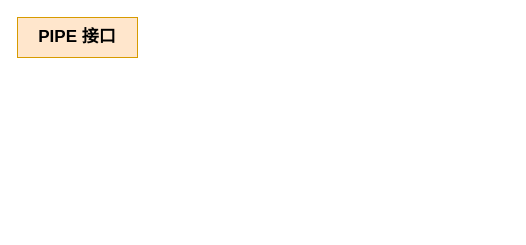
Earlier version of the draw.io diagram new_map/vnet_devices.drawio (jin13417/dpdk-vpp-learning). Source tidied: cells renumbered, new cells numbered last; positions are measured from the earlier drawing's top-left corner, leaving out a move shared by most shapes. Both pictures are drawn from the tidied source at 100%, with x=0, y=0 at pixel (17, 17).
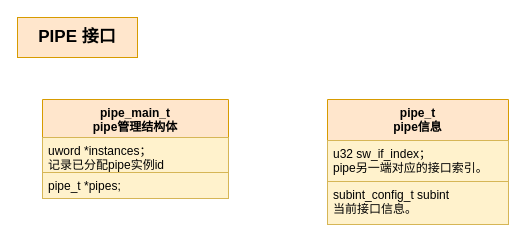
The same page after the edit.

Diff of the diagram source:
```diff
@@
 <mxGraphModel>
   <root>
     <mxCell id="0" />
     <mxCell id="1" parent="0" />
     <mxCell id="2" value="PIPE 接口" style="text;html=1;strokeColor=#d79b00;fillColor=#ffe6cc;align=center;verticalAlign=middle;whiteSpace=wrap;rounded=0;fontSize=17;fontStyle=1;" parent="1" vertex="1">
       <mxGeometry width="120" height="40" as="geometry" />
     </mxCell>
+    <mxCell id="3" value="pipe_main_t&#10;pipe管理结构体" style="swimlane;fontStyle=1;align=center;verticalAlign=top;horizontal=1;startSize=38;fontSize=12;fillColor=#ffe6cc;strokeColor=#d79b00;" parent="1" vertex="1">
+      <mxGeometry x="25" y="82" width="186" height="99" as="geometry" />
+    </mxCell>
+    <mxCell id="4" value="uword *instances；&#10;记录已分配pipe实例id" style="text;strokeColor=#d6b656;fillColor=#fff2cc;align=left;verticalAlign=top;spacingLeft=4;spacingRight=4;overflow=hidden;" parent="3" vertex="1">
+      <mxGeometry y="38" width="186" height="35" as="geometry" />
+    </mxCell>
+    <mxCell id="5" value="pipe_t *pipes;  " style="text;strokeColor=#d6b656;fillColor=#fff2cc;align=left;verticalAlign=top;spacingLeft=4;spacingRight=4;overflow=hidden;" parent="3" vertex="1">
+      <mxGeometry y="73" width="186" height="26" as="geometry" />
+    </mxCell>
+    <mxCell id="6" value="pipe_t&#10;pipe信息" style="swimlane;fontStyle=1;align=center;verticalAlign=top;horizontal=1;startSize=41;fontSize=12;fillColor=#ffe6cc;strokeColor=#d79b00;" parent="1" vertex="1">
+      <mxGeometry x="310" y="82" width="181" height="125" as="geometry" />
+    </mxCell>
+    <mxCell id="7" value="u32 sw_if_index；&#10;pipe另一端对应的接口索引。" style="text;strokeColor=#d6b656;fillColor=#fff2cc;align=left;verticalAlign=top;spacingLeft=4;spacingRight=4;overflow=hidden;" parent="6" vertex="1">
+      <mxGeometry y="41" width="181" height="41" as="geometry" />
+    </mxCell>
+    <mxCell id="8" value="subint_config_t subint&#10;当前接口信息。" style="text;strokeColor=#d6b656;fillColor=#fff2cc;align=left;verticalAlign=top;spacingLeft=4;spacingRight=4;overflow=hidden;" parent="6" vertex="1">
+      <mxGeometry y="82" width="181" height="43" as="geometry" />
+    </mxCell>
   </root>
 </mxGraphModel>
```
